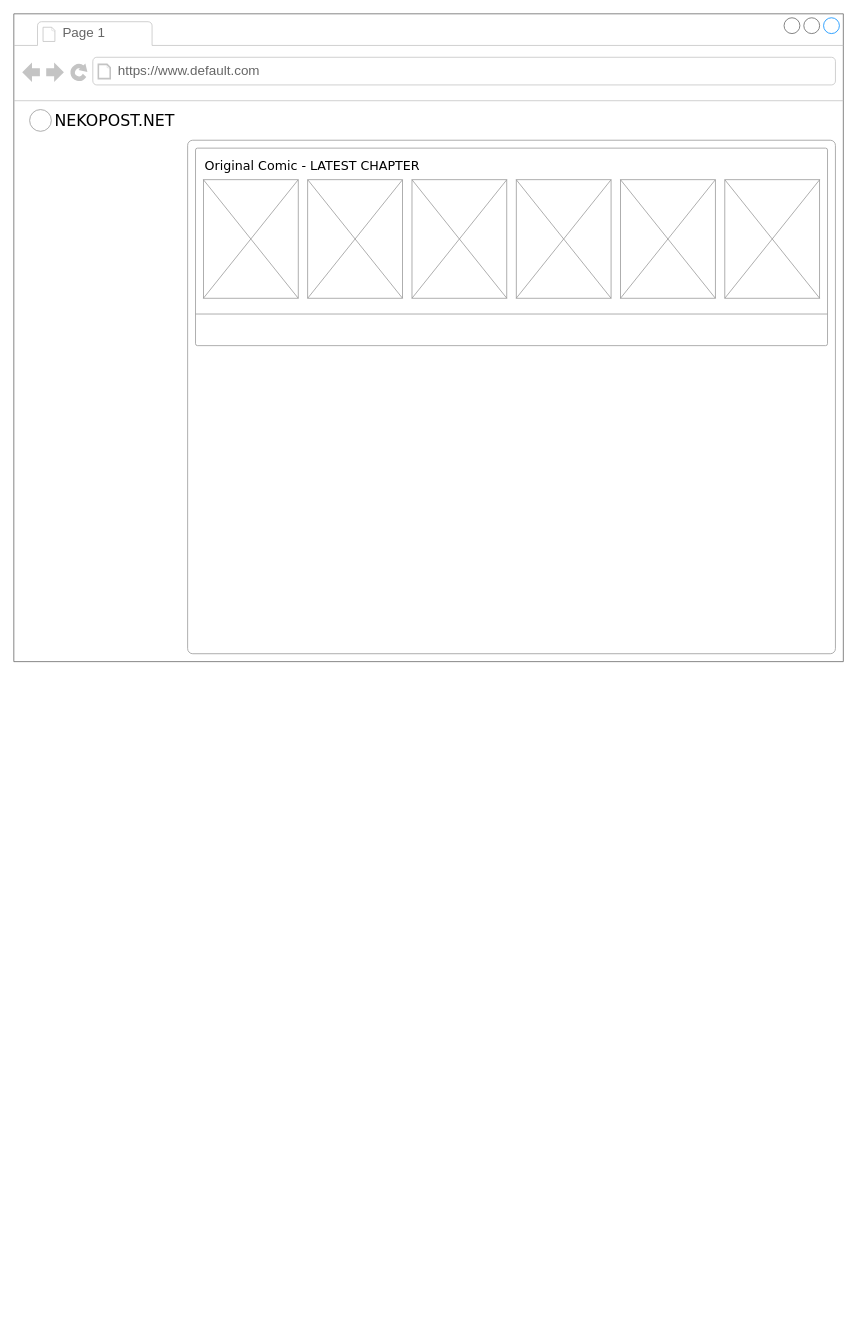
Before: Nekopost_Layout.drawio in clazclaz/demo_git, a draw.io diagram. Source tidied: cells renumbered, new cells numbered last; positions are measured from the earlier drawing's top-left corner, leaving out a move shared by most shapes. Both pictures are drawn from the tidied source at 79%, with x=0, y=0 at pixel (13, 13).
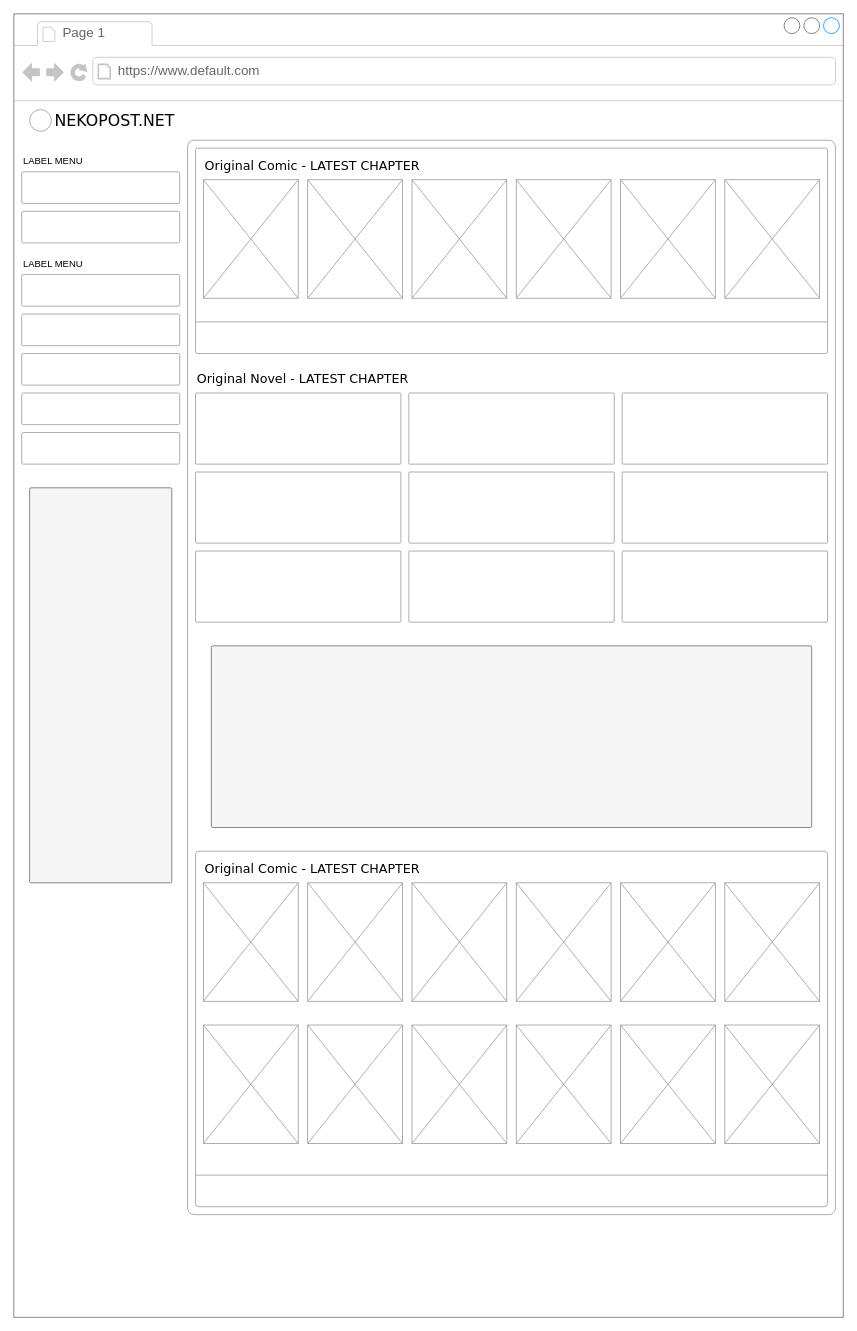
The same diagram, later.

What changed in the source:
```diff
@@
     <mxCell id="2" style="strokeWidth=1;shadow=0;dashed=0;align=center;html=1;shape=mxgraph.mockup.containers.browserWindow;rSize=0;strokeColor=#666666;mainText=,;rounded=0;labelBackgroundColor=none;fontFamily=Verdana;fontSize=12;" parent="1" vertex="1">
-      <mxGeometry width="1050" height="820" as="geometry" />
+      <mxGeometry width="1050" height="1650" as="geometry" />
     </mxCell>
@@
     <mxCell id="7" style="rounded=1;whiteSpace=wrap;html=1;fontSize=20;strokeColor=#999999;arcSize=1;" parent="1" vertex="1">
-      <mxGeometry x="220" y="160" width="820" height="650" as="geometry" />
+      <mxGeometry x="220" y="160" width="820" height="1360" as="geometry" />
     </mxCell>
     <mxCell id="8" style="rounded=1;whiteSpace=wrap;html=1;fontSize=20;strokeColor=#999999;arcSize=1;" parent="1" vertex="1">
-      <mxGeometry x="230" y="170" width="800" height="250" as="geometry" />
+      <mxGeometry x="230" y="170" width="800" height="260" as="geometry" />
     </mxCell>
@@
     <mxCell id="15" style="verticalLabelPosition=bottom;shadow=0;dashed=0;align=center;html=1;verticalAlign=top;strokeWidth=1;shape=mxgraph.mockup.markup.line;strokeColor=#999999;rounded=0;labelBackgroundColor=none;fillColor=#ffffff;fontFamily=Verdana;fontSize=12;fontColor=#000000;" parent="1" vertex="1">
-      <mxGeometry x="230" y="370" width="800" height="20" as="geometry" />
+      <mxGeometry x="230" y="380" width="800" height="20" as="geometry" />
     </mxCell>
     <mxCell id="16" value="Original Comic - LATEST CHAPTER" style="text;html=1;align=left;verticalAlign=top;spacingTop=-4;fontSize=16;fontFamily=Verdana;" parent="1" vertex="1">
-      <mxGeometry x="240" y="180" width="190" height="30" as="geometry" />
+      <mxGeometry x="240" y="180" width="280" height="30" as="geometry" />
     </mxCell>
+    <mxCell id="17" style="rounded=1;whiteSpace=wrap;html=1;fontSize=20;strokeColor=#999999;arcSize=1;" parent="1" vertex="1">
+      <mxGeometry x="230" y="1060" width="800" height="450" as="geometry" />
+    </mxCell>
+    <mxCell id="18" style="verticalLabelPosition=bottom;shadow=0;dashed=0;align=center;html=1;verticalAlign=top;strokeWidth=1;shape=mxgraph.mockup.graphics.simpleIcon;strokeColor=#999999;fillColor=#ffffff;rounded=0;labelBackgroundColor=none;fontFamily=Verdana;fontSize=12;fontColor=#000000;" parent="1" vertex="1">
+      <mxGeometry x="240" y="1100" width="120" height="150" as="geometry" />
+    </mxCell>
+    <mxCell id="19" style="verticalLabelPosition=bottom;shadow=0;dashed=0;align=center;html=1;verticalAlign=top;strokeWidth=1;shape=mxgraph.mockup.graphics.simpleIcon;strokeColor=#999999;fillColor=#ffffff;rounded=0;labelBackgroundColor=none;fontFamily=Verdana;fontSize=12;fontColor=#000000;" parent="1" vertex="1">
+      <mxGeometry x="372" y="1100" width="120" height="150" as="geometry" />
+    </mxCell>
+    <mxCell id="20" style="verticalLabelPosition=bottom;shadow=0;dashed=0;align=center;html=1;verticalAlign=top;strokeWidth=1;shape=mxgraph.mockup.graphics.simpleIcon;strokeColor=#999999;fillColor=#ffffff;rounded=0;labelBackgroundColor=none;fontFamily=Verdana;fontSize=12;fontColor=#000000;" parent="1" vertex="1">
+      <mxGeometry x="504" y="1100" width="120" height="150" as="geometry" />
+    </mxCell>
+    <mxCell id="21" style="verticalLabelPosition=bottom;shadow=0;dashed=0;align=center;html=1;verticalAlign=top;strokeWidth=1;shape=mxgraph.mockup.graphics.simpleIcon;strokeColor=#999999;fillColor=#ffffff;rounded=0;labelBackgroundColor=none;fontFamily=Verdana;fontSize=12;fontColor=#000000;" parent="1" vertex="1">
+      <mxGeometry x="636" y="1100" width="120" height="150" as="geometry" />
+    </mxCell>
+    <mxCell id="22" style="verticalLabelPosition=bottom;shadow=0;dashed=0;align=center;html=1;verticalAlign=top;strokeWidth=1;shape=mxgraph.mockup.graphics.simpleIcon;strokeColor=#999999;fillColor=#ffffff;rounded=0;labelBackgroundColor=none;fontFamily=Verdana;fontSize=12;fontColor=#000000;" parent="1" vertex="1">
+      <mxGeometry x="768" y="1100" width="120" height="150" as="geometry" />
+    </mxCell>
+    <mxCell id="23" style="verticalLabelPosition=bottom;shadow=0;dashed=0;align=center;html=1;verticalAlign=top;strokeWidth=1;shape=mxgraph.mockup.graphics.simpleIcon;strokeColor=#999999;fillColor=#ffffff;rounded=0;labelBackgroundColor=none;fontFamily=Verdana;fontSize=12;fontColor=#000000;" parent="1" vertex="1">
+      <mxGeometry x="900" y="1100" width="120" height="150" as="geometry" />
+    </mxCell>
+    <mxCell id="24" style="verticalLabelPosition=bottom;shadow=0;dashed=0;align=center;html=1;verticalAlign=top;strokeWidth=1;shape=mxgraph.mockup.markup.line;strokeColor=#999999;rounded=0;labelBackgroundColor=none;fillColor=#ffffff;fontFamily=Verdana;fontSize=12;fontColor=#000000;" parent="1" vertex="1">
+      <mxGeometry x="230" y="1460" width="800" height="20" as="geometry" />
+    </mxCell>
+    <mxCell id="25" value="Original Comic - LATEST CHAPTER" style="text;html=1;align=left;verticalAlign=top;spacingTop=-4;fontSize=16;fontFamily=Verdana;" parent="1" vertex="1">
+      <mxGeometry x="240" y="1070" width="190" height="30" as="geometry" />
+    </mxCell>
+    <mxCell id="26" style="rounded=1;whiteSpace=wrap;html=1;fontSize=20;strokeColor=#999999;arcSize=1;" parent="1" vertex="1">
+      <mxGeometry x="230" y="480" width="260" height="90" as="geometry" />
+    </mxCell>
+    <mxCell id="27" style="rounded=1;whiteSpace=wrap;html=1;fontSize=20;strokeColor=#999999;arcSize=1;" parent="1" vertex="1">
+      <mxGeometry x="500" y="480" width="260" height="90" as="geometry" />
+    </mxCell>
+    <mxCell id="28" style="rounded=1;whiteSpace=wrap;html=1;fontSize=20;strokeColor=#999999;arcSize=1;" parent="1" vertex="1">
+      <mxGeometry x="770" y="480" width="260" height="90" as="geometry" />
+    </mxCell>
+    <mxCell id="29" style="rounded=1;whiteSpace=wrap;html=1;fontSize=20;strokeColor=#999999;arcSize=1;" parent="1" vertex="1">
+      <mxGeometry x="230" y="580" width="260" height="90" as="geometry" />
+    </mxCell>
+    <mxCell id="30" style="rounded=1;whiteSpace=wrap;html=1;fontSize=20;strokeColor=#999999;arcSize=1;" parent="1" vertex="1">
+      <mxGeometry x="500" y="580" width="260" height="90" as="geometry" />
+    </mxCell>
+    <mxCell id="31" style="rounded=1;whiteSpace=wrap;html=1;fontSize=20;strokeColor=#999999;arcSize=1;" parent="1" vertex="1">
+      <mxGeometry x="770" y="580" width="260" height="90" as="geometry" />
+    </mxCell>
+    <mxCell id="32" style="rounded=1;whiteSpace=wrap;html=1;fontSize=20;strokeColor=#999999;arcSize=1;" parent="1" vertex="1">
+      <mxGeometry x="230" y="680" width="260" height="90" as="geometry" />
+    </mxCell>
+    <mxCell id="33" style="rounded=1;whiteSpace=wrap;html=1;fontSize=20;strokeColor=#999999;arcSize=1;" parent="1" vertex="1">
+      <mxGeometry x="500" y="680" width="260" height="90" as="geometry" />
+    </mxCell>
+    <mxCell id="34" style="rounded=1;whiteSpace=wrap;html=1;fontSize=20;strokeColor=#999999;arcSize=1;" parent="1" vertex="1">
+      <mxGeometry x="770" y="680" width="260" height="90" as="geometry" />
+    </mxCell>
+    <mxCell id="35" value="Original Novel - LATEST CHAPTER" style="text;html=1;align=left;verticalAlign=top;spacingTop=-4;fontSize=16;fontFamily=Verdana;" parent="1" vertex="1">
+      <mxGeometry x="230" y="450" width="280" height="30" as="geometry" />
+    </mxCell>
+    <mxCell id="36" style="rounded=1;whiteSpace=wrap;html=1;fontSize=20;strokeColor=#666666;arcSize=1;fillColor=#f5f5f5;fontColor=#333333;" parent="1" vertex="1">
+      <mxGeometry x="250" y="800" width="760" height="230" as="geometry" />
+    </mxCell>
+    <mxCell id="37" style="rounded=1;whiteSpace=wrap;html=1;fontSize=20;strokeColor=#666666;arcSize=1;fillColor=#f5f5f5;fontColor=#333333;" parent="1" vertex="1">
+      <mxGeometry x="20" y="600" width="180" height="500" as="geometry" />
+    </mxCell>
+    <mxCell id="38" style="verticalLabelPosition=bottom;shadow=0;dashed=0;align=center;html=1;verticalAlign=top;strokeWidth=1;shape=mxgraph.mockup.graphics.simpleIcon;strokeColor=#999999;fillColor=#ffffff;rounded=0;labelBackgroundColor=none;fontFamily=Verdana;fontSize=12;fontColor=#000000;" parent="1" vertex="1">
+      <mxGeometry x="240" y="1280" width="120" height="150" as="geometry" />
+    </mxCell>
+    <mxCell id="39" style="verticalLabelPosition=bottom;shadow=0;dashed=0;align=center;html=1;verticalAlign=top;strokeWidth=1;shape=mxgraph.mockup.graphics.simpleIcon;strokeColor=#999999;fillColor=#ffffff;rounded=0;labelBackgroundColor=none;fontFamily=Verdana;fontSize=12;fontColor=#000000;" parent="1" vertex="1">
+      <mxGeometry x="372" y="1280" width="120" height="150" as="geometry" />
+    </mxCell>
+    <mxCell id="40" style="verticalLabelPosition=bottom;shadow=0;dashed=0;align=center;html=1;verticalAlign=top;strokeWidth=1;shape=mxgraph.mockup.graphics.simpleIcon;strokeColor=#999999;fillColor=#ffffff;rounded=0;labelBackgroundColor=none;fontFamily=Verdana;fontSize=12;fontColor=#000000;" parent="1" vertex="1">
+      <mxGeometry x="504" y="1280" width="120" height="150" as="geometry" />
+    </mxCell>
+    <mxCell id="41" style="verticalLabelPosition=bottom;shadow=0;dashed=0;align=center;html=1;verticalAlign=top;strokeWidth=1;shape=mxgraph.mockup.graphics.simpleIcon;strokeColor=#999999;fillColor=#ffffff;rounded=0;labelBackgroundColor=none;fontFamily=Verdana;fontSize=12;fontColor=#000000;" parent="1" vertex="1">
+      <mxGeometry x="636" y="1280" width="120" height="150" as="geometry" />
+    </mxCell>
+    <mxCell id="42" style="verticalLabelPosition=bottom;shadow=0;dashed=0;align=center;html=1;verticalAlign=top;strokeWidth=1;shape=mxgraph.mockup.graphics.simpleIcon;strokeColor=#999999;fillColor=#ffffff;rounded=0;labelBackgroundColor=none;fontFamily=Verdana;fontSize=12;fontColor=#000000;" parent="1" vertex="1">
+      <mxGeometry x="768" y="1280" width="120" height="150" as="geometry" />
+    </mxCell>
+    <mxCell id="43" style="verticalLabelPosition=bottom;shadow=0;dashed=0;align=center;html=1;verticalAlign=top;strokeWidth=1;shape=mxgraph.mockup.graphics.simpleIcon;strokeColor=#999999;fillColor=#ffffff;rounded=0;labelBackgroundColor=none;fontFamily=Verdana;fontSize=12;fontColor=#000000;" parent="1" vertex="1">
+      <mxGeometry x="900" y="1280" width="120" height="150" as="geometry" />
+    </mxCell>
+    <mxCell id="44" value="&lt;font style=&quot;font-size: 12px&quot;&gt;LABEL MENU&lt;/font&gt;" style="text;html=1;align=left;verticalAlign=middle;strokeColor=none;fontSize=16;" parent="1" vertex="1">
+      <mxGeometry x="10" y="170" width="90" height="30" as="geometry" />
+    </mxCell>
+    <mxCell id="45" style="rounded=1;whiteSpace=wrap;html=1;fontSize=16;strokeColor=#999999;arcSize=5;" parent="1" vertex="1">
+      <mxGeometry x="10" y="200" width="200" height="40" as="geometry" />
+    </mxCell>
+    <mxCell id="46" style="rounded=1;whiteSpace=wrap;html=1;fontSize=16;strokeColor=#999999;arcSize=5;" parent="1" vertex="1">
+      <mxGeometry x="10" y="250" width="200" height="40" as="geometry" />
+    </mxCell>
+    <mxCell id="47" value="&lt;font style=&quot;font-size: 12px&quot;&gt;LABEL MENU&lt;/font&gt;" style="text;html=1;align=left;verticalAlign=middle;strokeColor=none;fontSize=16;" parent="1" vertex="1">
+      <mxGeometry x="10" y="300" width="90" height="30" as="geometry" />
+    </mxCell>
+    <mxCell id="48" style="rounded=1;whiteSpace=wrap;html=1;fontSize=16;strokeColor=#999999;arcSize=5;" parent="1" vertex="1">
+      <mxGeometry x="10" y="330" width="200" height="40" as="geometry" />
+    </mxCell>
+    <mxCell id="49" style="rounded=1;whiteSpace=wrap;html=1;fontSize=16;strokeColor=#999999;arcSize=5;" parent="1" vertex="1">
+      <mxGeometry x="10" y="380" width="200" height="40" as="geometry" />
+    </mxCell>
+    <mxCell id="50" style="rounded=1;whiteSpace=wrap;html=1;fontSize=16;strokeColor=#999999;arcSize=5;" parent="1" vertex="1">
+      <mxGeometry x="10" y="430" width="200" height="40" as="geometry" />
+    </mxCell>
+    <mxCell id="51" style="rounded=1;whiteSpace=wrap;html=1;fontSize=16;strokeColor=#999999;arcSize=5;" parent="1" vertex="1">
+      <mxGeometry x="10" y="480" width="200" height="40" as="geometry" />
+    </mxCell>
+    <mxCell id="52" style="rounded=1;whiteSpace=wrap;html=1;fontSize=16;strokeColor=#999999;arcSize=5;" parent="1" vertex="1">
+      <mxGeometry x="10" y="530" width="200" height="40" as="geometry" />
+    </mxCell>
```
